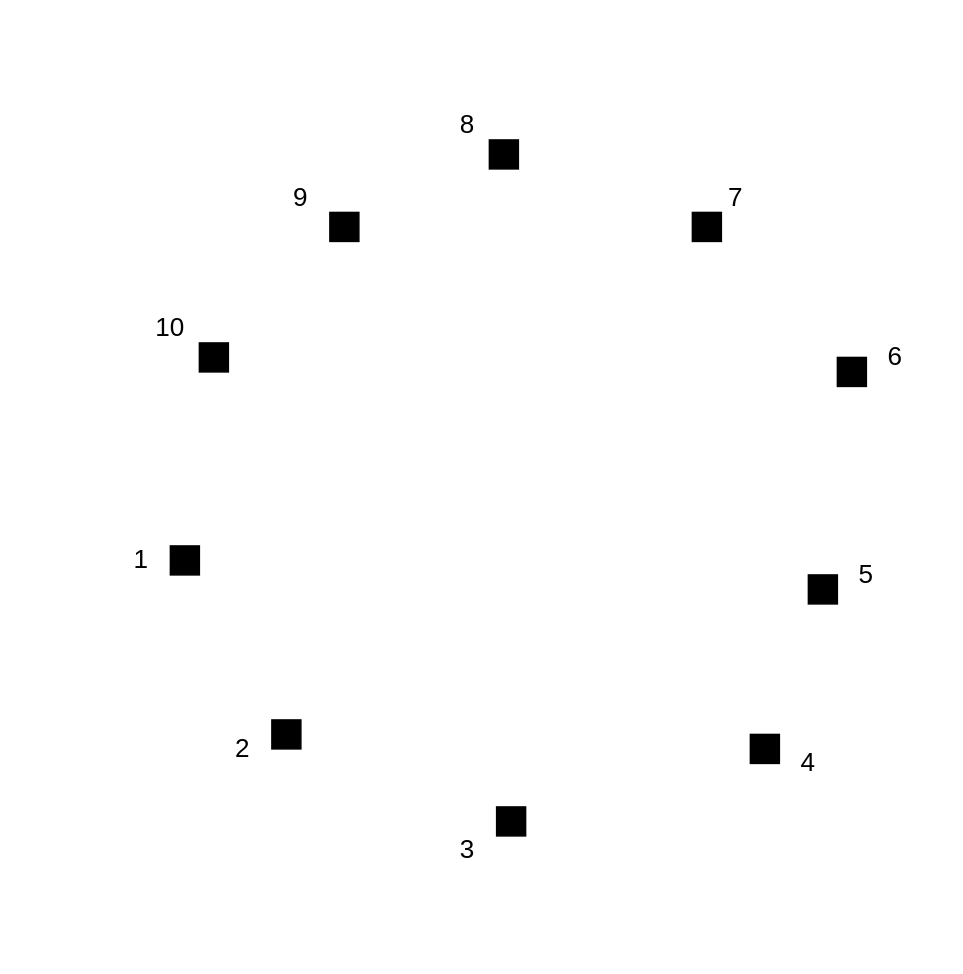
Before: Untitled Diagram.drawio in liuming14/-, a draw.io diagram. Source tidied: cells renumbered, new cells numbered last; positions are measured from the earlier drawing's top-left corner, leaving out a move shared by most shapes. Both pictures are drawn from the tidied source at 145%, with x=0, y=0 at pixel (112, 110).
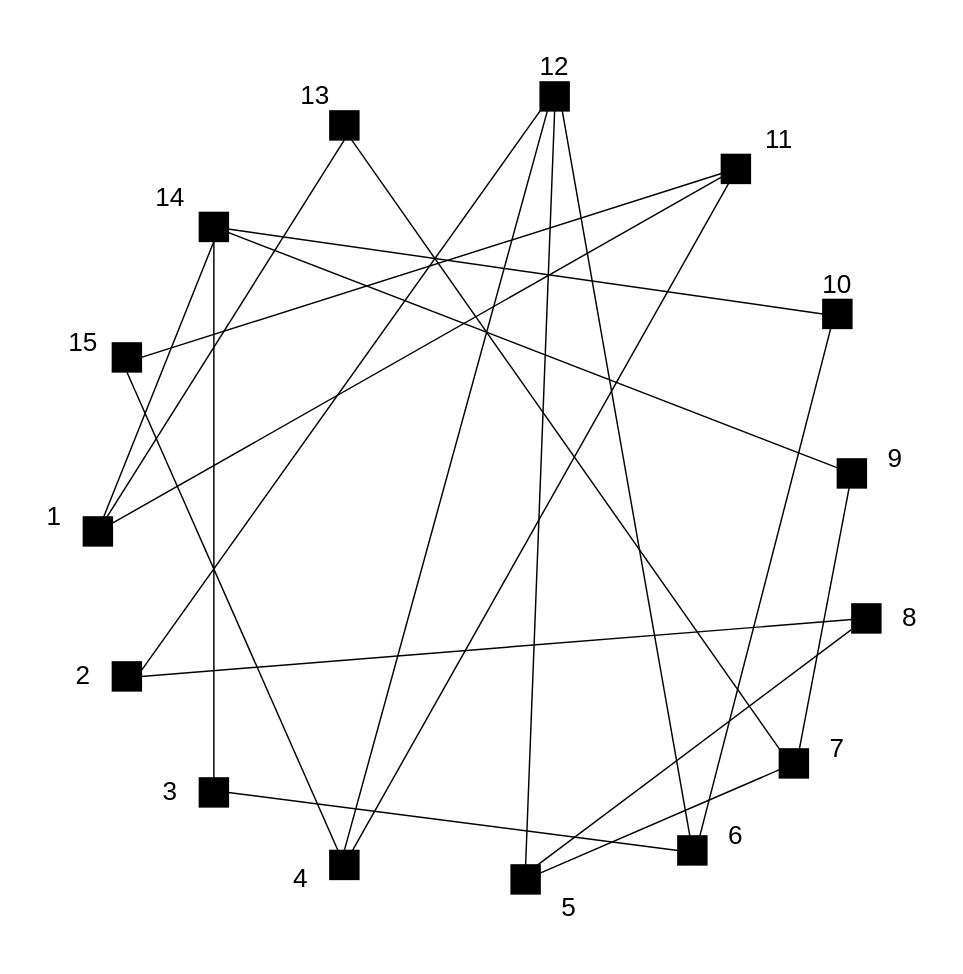
The same diagram, later.

Change to the diagram source:
```diff
@@
     <mxCell id="2" style="shape=ext;double=1;whiteSpace=wrap;html=1;fillColor=#000000;fontSize=5;" parent="1" vertex="1">
-      <mxGeometry x="60" y="160" width="20" height="20" as="geometry" />
+      <mxGeometry y="160" width="20" height="20" as="geometry" />
     </mxCell>
     <mxCell id="3" style="shape=ext;double=1;whiteSpace=wrap;html=1;fillColor=#000000;fontSize=5;" parent="1" vertex="1">
-      <mxGeometry x="40" y="300" width="20" height="20" as="geometry" />
+      <mxGeometry x="-20" y="280" width="20" height="20" as="geometry" />
     </mxCell>
     <mxCell id="4" style="shape=ext;double=1;whiteSpace=wrap;html=1;fillColor=#000000;fontSize=5;" parent="1" vertex="1">
-      <mxGeometry x="260" y="20" width="20" height="20" as="geometry" />
+      <mxGeometry x="150" width="20" height="20" as="geometry" />
     </mxCell>
     <mxCell id="5" style="shape=ext;double=1;whiteSpace=wrap;html=1;fillColor=#000000;fontSize=5;" parent="1" vertex="1">
-      <mxGeometry x="150" y="70" width="20" height="20" as="geometry" />
+      <mxGeometry x="60" y="70" width="20" height="20" as="geometry" />
     </mxCell>
     <mxCell id="6" style="shape=ext;double=1;whiteSpace=wrap;html=1;fillColor=#000000;fontSize=5;" parent="1" vertex="1">
-      <mxGeometry x="480" y="320" width="20" height="20" as="geometry" />
+      <mxGeometry x="490" y="130" width="20" height="20" as="geometry" />
     </mxCell>
     <mxCell id="7" style="shape=ext;double=1;whiteSpace=wrap;html=1;fillColor=#000000;fontSize=5;" parent="1" vertex="1">
-      <mxGeometry x="440" y="430" width="20" height="20" as="geometry" />
+      <mxGeometry x="500" y="240" width="20" height="20" as="geometry" />
     </mxCell>
     <mxCell id="8" style="shape=ext;double=1;whiteSpace=wrap;html=1;fillColor=#000000;fontSize=5;" parent="1" vertex="1">
-      <mxGeometry x="265" y="480" width="20" height="20" as="geometry" />
+      <mxGeometry x="275" y="520" width="20" height="20" as="geometry" />
     </mxCell>
     <mxCell id="9" style="shape=ext;double=1;whiteSpace=wrap;html=1;fillColor=#000000;fontSize=5;" parent="1" vertex="1">
-      <mxGeometry x="110" y="420" width="20" height="20" as="geometry" />
+      <mxGeometry x="60" y="460" width="20" height="20" as="geometry" />
     </mxCell>
     <mxCell id="10" style="shape=ext;double=1;whiteSpace=wrap;html=1;fillColor=#000000;fontSize=5;" parent="1" vertex="1">
-      <mxGeometry x="500" y="170" width="20" height="20" as="geometry" />
+      <mxGeometry x="420" y="30" width="20" height="20" as="geometry" />
     </mxCell>
     <mxCell id="11" style="shape=ext;double=1;whiteSpace=wrap;html=1;fillColor=#000000;fontSize=5;" parent="1" vertex="1">
-      <mxGeometry x="400" y="70" width="20" height="20" as="geometry" />
+      <mxGeometry x="295" y="-20" width="20" height="20" as="geometry" />
     </mxCell>
     <mxCell id="12" value="&lt;p style=&quot;font-size: 18px&quot;&gt;&lt;font style=&quot;font-size: 18px&quot;&gt;10&lt;/font&gt;&lt;/p&gt;" style="text;html=1;strokeColor=none;fillColor=none;align=center;verticalAlign=middle;whiteSpace=wrap;rounded=0;fontSize=5;" parent="1" vertex="1">
-      <mxGeometry x="20" y="140" width="40" height="20" as="geometry" />
+      <mxGeometry x="480" y="110" width="40" height="20" as="geometry" />
     </mxCell>
     <mxCell id="13" value="&lt;p style=&quot;font-size: 18px&quot;&gt;5&lt;/p&gt;" style="text;html=1;strokeColor=none;fillColor=none;align=center;verticalAlign=middle;whiteSpace=wrap;rounded=0;fontSize=5;" parent="1" vertex="1">
-      <mxGeometry x="500" y="310" width="40" height="20" as="geometry" />
+      <mxGeometry x="295" y="540" width="40" height="20" as="geometry" />
     </mxCell>
     <mxCell id="14" value="&lt;p style=&quot;font-size: 18px&quot;&gt;&lt;font style=&quot;font-size: 18px&quot;&gt;6&lt;/font&gt;&lt;/p&gt;" style="text;html=1;strokeColor=none;fillColor=none;align=center;verticalAlign=middle;whiteSpace=wrap;rounded=0;fontSize=5;" parent="1" vertex="1">
-      <mxGeometry x="520" y="160" width="40" height="20" as="geometry" />
+      <mxGeometry x="410" y="490" width="40" height="20" as="geometry" />
     </mxCell>
     <mxCell id="15" value="&lt;p style=&quot;font-size: 18px&quot;&gt;7&lt;/p&gt;" style="text;html=1;strokeColor=none;fillColor=none;align=center;verticalAlign=middle;whiteSpace=wrap;rounded=0;fontSize=5;" parent="1" vertex="1">
-      <mxGeometry x="410" y="50" width="40" height="20" as="geometry" />
+      <mxGeometry x="480" y="430" width="40" height="20" as="geometry" />
     </mxCell>
     <mxCell id="16" value="&lt;p style=&quot;font-size: 18px&quot;&gt;8&lt;/p&gt;" style="text;html=1;strokeColor=none;fillColor=none;align=center;verticalAlign=middle;whiteSpace=wrap;rounded=0;fontSize=5;" parent="1" vertex="1">
-      <mxGeometry x="225" width="40" height="20" as="geometry" />
+      <mxGeometry x="530" y="340" width="40" height="20" as="geometry" />
     </mxCell>
     <mxCell id="17" value="&lt;p style=&quot;font-size: 18px&quot;&gt;9&lt;/p&gt;" style="text;html=1;strokeColor=none;fillColor=none;align=center;verticalAlign=middle;whiteSpace=wrap;rounded=0;fontSize=5;" parent="1" vertex="1">
-      <mxGeometry x="110" y="50" width="40" height="20" as="geometry" />
+      <mxGeometry x="520" y="230" width="40" height="20" as="geometry" />
     </mxCell>
     <mxCell id="18" value="&lt;p style=&quot;font-size: 18px&quot;&gt;3&lt;/p&gt;" style="text;html=1;strokeColor=none;fillColor=none;align=center;verticalAlign=middle;whiteSpace=wrap;rounded=0;fontSize=5;" parent="1" vertex="1">
-      <mxGeometry x="225" y="500" width="40" height="20" as="geometry" />
+      <mxGeometry x="20" y="460" width="40" height="20" as="geometry" />
     </mxCell>
     <mxCell id="19" value="&lt;p style=&quot;font-size: 18px&quot;&gt;2&lt;/p&gt;" style="text;html=1;strokeColor=none;fillColor=none;align=center;verticalAlign=middle;whiteSpace=wrap;rounded=0;fontSize=5;" parent="1" vertex="1">
-      <mxGeometry x="70" y="430" width="40" height="20" as="geometry" />
+      <mxGeometry x="-40" y="380" width="40" height="20" as="geometry" />
     </mxCell>
     <mxCell id="20" value="&lt;p style=&quot;font-size: 18px&quot;&gt;&lt;font style=&quot;font-size: 18px&quot;&gt;1&lt;/font&gt;&lt;/p&gt;" style="text;html=1;strokeColor=none;fillColor=none;align=center;verticalAlign=middle;whiteSpace=wrap;rounded=0;fontSize=5;" parent="1" vertex="1">
-      <mxGeometry y="300" width="40" height="20" as="geometry" />
+      <mxGeometry x="-60" y="270" width="40" height="20" as="geometry" />
     </mxCell>
     <mxCell id="21" value="&lt;p style=&quot;font-size: 18px&quot;&gt;4&lt;/p&gt;" style="text;html=1;strokeColor=none;fillColor=none;align=center;verticalAlign=middle;whiteSpace=wrap;rounded=0;fontSize=5;" parent="1" vertex="1">
-      <mxGeometry x="460" y="440" width="40" height="20" as="geometry" />
+      <mxGeometry x="110" y="520" width="40" height="20" as="geometry" />
     </mxCell>
+    <mxCell id="22" style="shape=ext;double=1;whiteSpace=wrap;html=1;fillColor=#000000;fontSize=5;" parent="1" vertex="1">
+      <mxGeometry x="150" y="510" width="20" height="20" as="geometry" />
+    </mxCell>
+    <mxCell id="23" style="shape=ext;double=1;whiteSpace=wrap;html=1;fillColor=#000000;fontSize=5;" parent="1" vertex="1">
+      <mxGeometry y="380" width="20" height="20" as="geometry" />
+    </mxCell>
+    <mxCell id="24" style="shape=ext;double=1;whiteSpace=wrap;html=1;fillColor=#000000;fontSize=5;" parent="1" vertex="1">
+      <mxGeometry x="460" y="440" width="20" height="20" as="geometry" />
+    </mxCell>
+    <mxCell id="25" style="shape=ext;double=1;whiteSpace=wrap;html=1;fillColor=#000000;fontSize=5;" parent="1" vertex="1">
+      <mxGeometry x="390" y="500" width="20" height="20" as="geometry" />
+    </mxCell>
+    <mxCell id="26" value="&lt;p style=&quot;font-size: 18px&quot;&gt;&lt;font style=&quot;font-size: 18px&quot;&gt;15&lt;/font&gt;&lt;/p&gt;" style="text;html=1;strokeColor=none;fillColor=none;align=center;verticalAlign=middle;whiteSpace=wrap;rounded=0;fontSize=5;" parent="1" vertex="1">
+      <mxGeometry x="-40" y="150" width="40" height="20" as="geometry" />
+    </mxCell>
+    <mxCell id="27" value="&lt;p style=&quot;font-size: 18px&quot;&gt;&lt;font style=&quot;font-size: 18px&quot;&gt;14&lt;/font&gt;&lt;/p&gt;" style="text;html=1;strokeColor=none;fillColor=none;align=center;verticalAlign=middle;whiteSpace=wrap;rounded=0;fontSize=5;" parent="1" vertex="1">
+      <mxGeometry x="20" y="50" width="40" height="20" as="geometry" />
+    </mxCell>
+    <mxCell id="28" value="&lt;p style=&quot;font-size: 18px&quot;&gt;&lt;font style=&quot;font-size: 18px&quot;&gt;13&lt;/font&gt;&lt;/p&gt;" style="text;html=1;strokeColor=none;fillColor=none;align=center;verticalAlign=middle;whiteSpace=wrap;rounded=0;fontSize=5;" parent="1" vertex="1">
+      <mxGeometry x="120" y="-20" width="40" height="20" as="geometry" />
+    </mxCell>
+    <mxCell id="29" value="&lt;p style=&quot;font-size: 18px&quot;&gt;&lt;font style=&quot;font-size: 18px&quot;&gt;12&lt;/font&gt;&lt;/p&gt;" style="text;html=1;strokeColor=none;fillColor=none;align=center;verticalAlign=middle;whiteSpace=wrap;rounded=0;fontSize=5;" parent="1" vertex="1">
+      <mxGeometry x="285" y="-40" width="40" height="20" as="geometry" />
+    </mxCell>
+    <mxCell id="30" value="&lt;p style=&quot;font-size: 18px&quot;&gt;&lt;font style=&quot;font-size: 18px&quot;&gt;11&lt;/font&gt;&lt;/p&gt;" style="text;html=1;strokeColor=none;fillColor=none;align=center;verticalAlign=middle;whiteSpace=wrap;rounded=0;fontSize=5;" parent="1" vertex="1">
+      <mxGeometry x="440" y="10" width="40" height="20" as="geometry" />
+    </mxCell>
+    <mxCell id="31" style="endArrow=none;html=1;fontSize=5;entryX=0.5;entryY=1;entryDx=0;entryDy=0;" parent="1" edge="1" target="24">
+      <mxGeometry relative="1" as="geometry">
+        <mxPoint x="510" y="250" as="sourcePoint" />
+      </mxGeometry>
+    </mxCell>
+    <mxCell id="32" style="endArrow=none;html=1;fontSize=5;exitX=0.75;exitY=1;exitDx=0;exitDy=0;entryX=0;entryY=0;entryDx=0;entryDy=0;" parent="1" edge="1" source="4" target="24">
+      <mxGeometry relative="1" as="geometry" />
+    </mxCell>
+    <mxCell id="33" style="endArrow=none;html=1;fontSize=5;" parent="1" edge="1">
+      <mxGeometry relative="1" as="geometry">
+        <mxPoint x="285" y="530" as="sourcePoint" />
+        <mxPoint x="470" y="450" as="targetPoint" />
+      </mxGeometry>
+    </mxCell>
+    <mxCell id="34" style="endArrow=none;html=1;fontSize=5;" parent="1" edge="1">
+      <mxGeometry relative="1" as="geometry">
+        <mxPoint x="70" y="80" as="sourcePoint" />
+        <mxPoint x="510" y="250" as="targetPoint" />
+      </mxGeometry>
+    </mxCell>
+    <mxCell id="35" style="endArrow=none;html=1;fontSize=5;entryX=0.5;entryY=1;entryDx=0;entryDy=0;" parent="1" edge="1" target="4">
+      <mxGeometry relative="1" as="geometry">
+        <mxPoint x="-10" y="290" as="sourcePoint" />
+      </mxGeometry>
+    </mxCell>
+    <mxCell id="36" style="endArrow=none;html=1;fontSize=5;exitX=0.5;exitY=1;exitDx=0;exitDy=0;entryX=0;entryY=1;entryDx=0;entryDy=0;" parent="1" edge="1" source="23" target="11">
+      <mxGeometry relative="1" as="geometry" />
+    </mxCell>
+    <mxCell id="37" style="endArrow=none;html=1;fontSize=5;" parent="1" edge="1" source="51">
+      <mxGeometry relative="1" as="geometry">
+        <mxPoint x="520" y="350" as="targetPoint" />
+      </mxGeometry>
+    </mxCell>
+    <mxCell id="38" style="endArrow=none;html=1;fontSize=5;entryX=0.5;entryY=1;entryDx=0;entryDy=0;exitX=0.5;exitY=0;exitDx=0;exitDy=0;" parent="1" edge="1" source="8" target="11">
+      <mxGeometry relative="1" as="geometry" />
+    </mxCell>
+    <mxCell id="39" style="endArrow=none;html=1;fontSize=5;" parent="1" edge="1">
+      <mxGeometry relative="1" as="geometry">
+        <mxPoint x="520" y="350" as="sourcePoint" />
+        <mxPoint x="280" y="530" as="targetPoint" />
+      </mxGeometry>
+    </mxCell>
+    <mxCell id="40" style="endArrow=none;html=1;fontSize=5;" parent="1" edge="1" target="29">
+      <mxGeometry relative="1" as="geometry">
+        <mxPoint x="400" y="510" as="sourcePoint" />
+      </mxGeometry>
+    </mxCell>
+    <mxCell id="41" style="endArrow=none;html=1;fontSize=5;exitX=0.5;exitY=0;exitDx=0;exitDy=0;entryX=0.25;entryY=1;entryDx=0;entryDy=0;" parent="1" edge="1" source="22" target="11">
+      <mxGeometry relative="1" as="geometry" />
+    </mxCell>
+    <mxCell id="42" style="endArrow=none;html=1;fontSize=5;exitX=0.5;exitY=1;exitDx=0;exitDy=0;" parent="1" edge="1" source="25">
+      <mxGeometry relative="1" as="geometry">
+        <mxPoint x="498" y="140" as="targetPoint" />
+      </mxGeometry>
+    </mxCell>
+    <mxCell id="43" style="endArrow=none;html=1;fontSize=5;" parent="1" edge="1">
+      <mxGeometry relative="1" as="geometry">
+        <mxPoint x="490" y="140" as="sourcePoint" />
+        <mxPoint x="70" y="80" as="targetPoint" />
+      </mxGeometry>
+    </mxCell>
+    <mxCell id="44" style="endArrow=none;html=1;fontSize=5;exitX=1;exitY=0.5;exitDx=0;exitDy=0;" parent="1" edge="1" source="9">
+      <mxGeometry relative="1" as="geometry">
+        <mxPoint x="390" y="510" as="targetPoint" />
+      </mxGeometry>
+    </mxCell>
+    <mxCell id="45" style="endArrow=none;html=1;fontSize=5;exitX=0.5;exitY=1;exitDx=0;exitDy=0;entryX=0.5;entryY=1;entryDx=0;entryDy=0;" parent="1" edge="1" source="9" target="5">
+      <mxGeometry relative="1" as="geometry" />
+    </mxCell>
+    <mxCell id="46" style="endArrow=none;html=1;fontSize=5;" parent="1" edge="1">
+      <mxGeometry relative="1" as="geometry">
+        <mxPoint x="-10" y="290" as="sourcePoint" />
+        <mxPoint x="70" y="90" as="targetPoint" />
+      </mxGeometry>
+    </mxCell>
+    <mxCell id="47" style="endArrow=none;html=1;fontSize=5;exitX=1;exitY=0.5;exitDx=0;exitDy=0;" parent="1" edge="1" source="2" target="10">
+      <mxGeometry relative="1" as="geometry" />
+    </mxCell>
+    <mxCell id="48" style="endArrow=none;html=1;fontSize=5;entryX=0.5;entryY=1;entryDx=0;entryDy=0;" parent="1" edge="1" target="2">
+      <mxGeometry relative="1" as="geometry">
+        <mxPoint x="160" y="520" as="sourcePoint" />
+      </mxGeometry>
+    </mxCell>
+    <mxCell id="49" style="endArrow=none;html=1;fontSize=5;" parent="1" edge="1" target="10">
+      <mxGeometry relative="1" as="geometry">
+        <mxPoint x="-10" y="290" as="sourcePoint" />
+      </mxGeometry>
+    </mxCell>
+    <mxCell id="50" style="endArrow=none;html=1;fontSize=5;entryX=0.25;entryY=1;entryDx=0;entryDy=0;" parent="1" edge="1" target="10">
+      <mxGeometry relative="1" as="geometry">
+        <mxPoint x="160" y="520" as="sourcePoint" />
+      </mxGeometry>
+    </mxCell>
+    <mxCell id="51" style="shape=ext;double=1;whiteSpace=wrap;html=1;fillColor=#000000;fontSize=5;" parent="1" vertex="1">
+      <mxGeometry x="510" y="340" width="20" height="20" as="geometry" />
+    </mxCell>
+    <mxCell id="52" style="endArrow=none;html=1;fontSize=5;" parent="1" edge="1" target="51">
+      <mxGeometry relative="1" as="geometry">
+        <mxPoint x="20" y="390" as="sourcePoint" />
+      </mxGeometry>
+    </mxCell>
```
